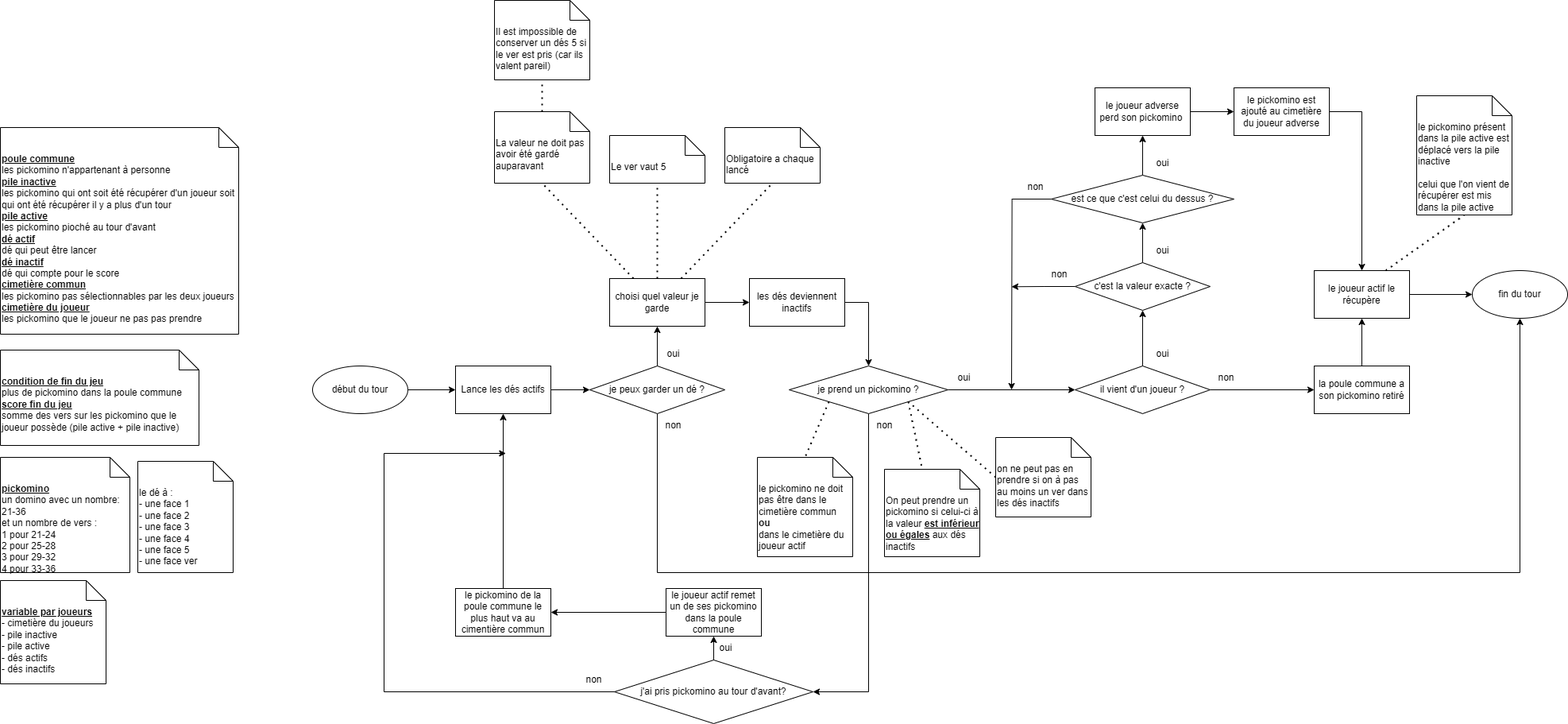
This is ressources/pickomino.png from Davosthecool/Pickomino, a draw.io export, as it was before one commit. Source tidied: cells renumbered, new cells last; positions are measured from the earlier drawing's top-left corner, leaving out a move shared by most shapes.
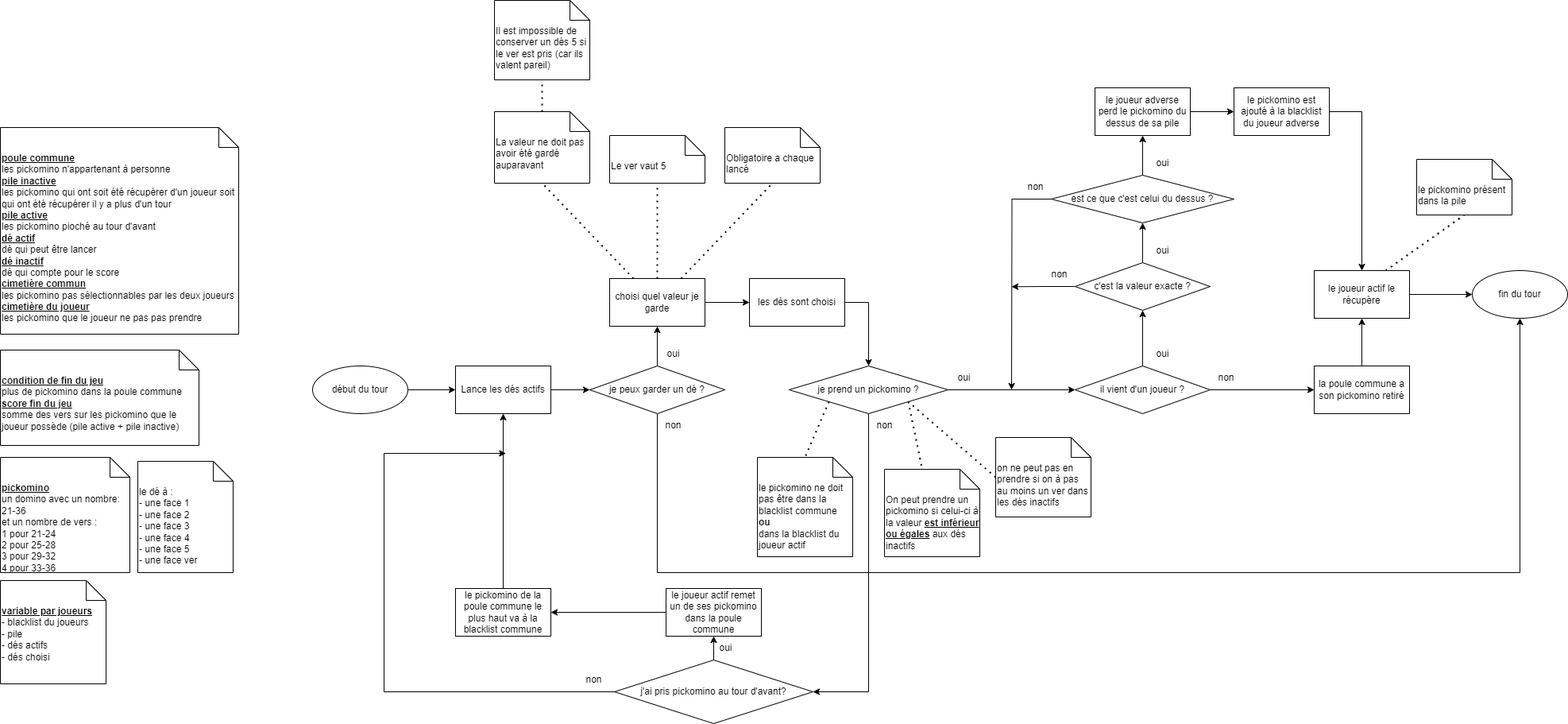
The same file after the commit.

The edit, as a diff of the source:
```diff
@@ -79,7 +79,7 @@
     <mxCell id="25" style="edgeStyle=orthogonalEdgeStyle;rounded=0;jettySize=auto;html=1;exitX=1;exitY=0.5;exitDx=0;exitDy=0;entryX=0;entryY=0.5;entryDx=0;entryDy=0;" parent="1" edge="1" source="26" target="65">
       <mxGeometry relative="1" as="geometry" />
     </mxCell>
-    <mxCell id="26" value="le joueur adverse perd son pickomino&amp;nbsp;" style="rounded=0;whiteSpace=wrap;html=1;" parent="1" vertex="1">
+    <mxCell id="26" value="le joueur adverse perd le pickomino du dessus de sa pile" style="rounded=0;whiteSpace=wrap;html=1;" parent="1" vertex="1">
       <mxGeometry x="1378" y="110" width="120" height="60" as="geometry" />
     </mxCell>
     <mxCell id="27" style="edgeStyle=orthogonalEdgeStyle;rounded=0;jettySize=auto;html=1;exitX=0.5;exitY=0;exitDx=0;exitDy=0;entryX=0.5;entryY=1;entryDx=0;entryDy=0;" parent="1" edge="1" source="28" target="41">
@@ -97,7 +97,7 @@
     <mxCell id="31" style="edgeStyle=orthogonalEdgeStyle;rounded=0;jettySize=auto;html=1;exitX=1;exitY=0.5;exitDx=0;exitDy=0;entryX=0.5;entryY=0;entryDx=0;entryDy=0;" parent="1" edge="1" source="32" target="6">
       <mxGeometry relative="1" as="geometry" />
     </mxCell>
-    <mxCell id="32" value="les dés deviennent inactifs" style="rounded=0;whiteSpace=wrap;html=1;" parent="1" vertex="1">
+    <mxCell id="32" value="les dés sont choisi" style="rounded=0;whiteSpace=wrap;html=1;" parent="1" vertex="1">
       <mxGeometry x="943" y="350" width="120" height="60" as="geometry" />
     </mxCell>
     <mxCell id="33" value="Il est impossible de conserver un dés 5 si le ver est pris (car ils valent pareil)" style="shape=note2;boundedLbl=1;whiteSpace=wrap;html=1;size=25;verticalAlign=top;align=left;" parent="1" vertex="1">
@@ -156,8 +156,8 @@
     <mxCell id="50" value="oui" style="text;html=1;align=center;verticalAlign=middle;strokeColor=none;fillColor=none;" parent="1" vertex="1">
       <mxGeometry x="1443" y="190" width="40" height="30" as="geometry" />
     </mxCell>
-    <mxCell id="51" value="le pickomino présent dans la pile active est déplacé vers la pile inactive&lt;br&gt;&lt;br&gt;celui que l'on vient de récupérer est mis dans la pile active" style="shape=note2;boundedLbl=1;whiteSpace=wrap;html=1;size=25;verticalAlign=top;align=left;" parent="1" vertex="1">
-      <mxGeometry x="1783" y="120" width="120" height="150" as="geometry" />
+    <mxCell id="51" value="le pickomino présent dans la pile" style="shape=note2;boundedLbl=1;whiteSpace=wrap;html=1;size=25;verticalAlign=top;align=left;" parent="1" vertex="1">
+      <mxGeometry x="1783" y="200" width="120" height="70" as="geometry" />
     </mxCell>
     <mxCell id="52" style="endArrow=none;dashed=1;html=1;dashPattern=1 3;strokeWidth=2;rounded=0;exitX=0.75;exitY=0;exitDx=0;exitDy=0;entryX=0.5;entryY=1;entryDx=0;entryDy=0;entryPerimeter=0;" parent="1" edge="1" source="41" target="51">
       <mxGeometry relative="1" as="geometry" />
@@ -200,16 +200,16 @@
     <mxCell id="62" value="oui" style="text;html=1;align=center;verticalAlign=middle;strokeColor=none;fillColor=none;" parent="1" vertex="1">
       <mxGeometry x="893" y="800" width="40" height="30" as="geometry" />
     </mxCell>
-    <mxCell id="63" value="le pickomino de la poule commune le plus haut va au cimentière commun" style="rounded=0;whiteSpace=wrap;html=1;" parent="1" vertex="1">
+    <mxCell id="63" value="le pickomino de la poule commune le plus haut va à la blacklist&amp;nbsp;commune" style="rounded=0;whiteSpace=wrap;html=1;" parent="1" vertex="1">
       <mxGeometry x="573" y="740" width="120" height="60" as="geometry" />
     </mxCell>
     <mxCell id="64" style="edgeStyle=orthogonalEdgeStyle;rounded=0;jettySize=auto;html=1;exitX=1;exitY=0.5;exitDx=0;exitDy=0;entryX=0.5;entryY=0;entryDx=0;entryDy=0;" parent="1" edge="1" source="65" target="41">
       <mxGeometry relative="1" as="geometry" />
     </mxCell>
-    <mxCell id="65" value="le pickomino est ajouté au cimetière du joueur adverse" style="rounded=0;whiteSpace=wrap;html=1;" parent="1" vertex="1">
+    <mxCell id="65" value="le pickomino est ajouté à la blacklist du joueur adverse" style="rounded=0;whiteSpace=wrap;html=1;" parent="1" vertex="1">
       <mxGeometry x="1553" y="110" width="120" height="60" as="geometry" />
     </mxCell>
-    <mxCell id="66" value="le pickomino ne doit pas être dans le cimetière commun&lt;br&gt;&lt;b&gt;ou&lt;/b&gt;&lt;br&gt;dans le cimetière du joueur actif" style="shape=note2;boundedLbl=1;whiteSpace=wrap;html=1;size=25;verticalAlign=top;align=left;" parent="1" vertex="1">
+    <mxCell id="66" value="le pickomino ne doit pas être dans la blacklist commune&lt;br&gt;&lt;b&gt;ou&lt;/b&gt;&lt;br&gt;dans la blacklist du joueur actif" style="shape=note2;boundedLbl=1;whiteSpace=wrap;html=1;size=25;verticalAlign=top;align=left;" parent="1" vertex="1">
       <mxGeometry x="953" y="575" width="120" height="125" as="geometry" />
     </mxCell>
     <mxCell id="67" style="endArrow=none;dashed=1;html=1;dashPattern=1 3;strokeWidth=2;rounded=0;exitX=0;exitY=1;exitDx=0;exitDy=0;entryX=0.5;entryY=0;entryDx=0;entryDy=0;entryPerimeter=0;" parent="1" edge="1" source="6" target="66">
@@ -218,7 +218,7 @@
     <mxCell id="68" value="&lt;b&gt;&lt;u&gt;condition de fin du jeu&lt;/u&gt;&lt;/b&gt;&lt;br&gt;plus de pickomino dans la poule commune&lt;br&gt;&lt;b&gt;&lt;u&gt;score fin du jeu&lt;/u&gt;&lt;/b&gt;&lt;br&gt;somme des vers sur les pickomino que le joueur possède (pile active + pile inactive)" style="shape=note2;boundedLbl=1;whiteSpace=wrap;html=1;size=25;verticalAlign=top;align=left;" parent="1" vertex="1">
       <mxGeometry y="440" width="250" height="120" as="geometry" />
     </mxCell>
-    <mxCell id="69" value="&lt;u style=&quot;&quot;&gt;&lt;b&gt;variable par joueurs&lt;br&gt;&lt;/b&gt;&lt;/u&gt;- cimetière du joueurs&lt;br&gt;- pile inactive&lt;br&gt;- pile active&lt;br&gt;- dés actifs&lt;br&gt;- dés inactifs" style="shape=note2;boundedLbl=1;whiteSpace=wrap;html=1;size=25;verticalAlign=top;align=left;" parent="1" vertex="1">
+    <mxCell id="69" value="&lt;u style=&quot;&quot;&gt;&lt;b&gt;variable par joueurs&lt;br&gt;&lt;/b&gt;&lt;/u&gt;- blacklist du joueurs&lt;br&gt;- pile&lt;br&gt;- dés actifs&lt;br&gt;- dés&amp;nbsp;choisi" style="shape=note2;boundedLbl=1;whiteSpace=wrap;html=1;size=25;verticalAlign=top;align=left;" parent="1" vertex="1">
       <mxGeometry y="730" width="133" height="130" as="geometry" />
     </mxCell>
     <mxCell id="70" style="edgeStyle=orthogonalEdgeStyle;rounded=0;jettySize=auto;html=1;exitX=0.5;exitY=0;exitDx=0;exitDy=0;entryX=0.5;entryY=1;entryDx=0;entryDy=0;" parent="1" edge="1" source="72" target="48">
```
